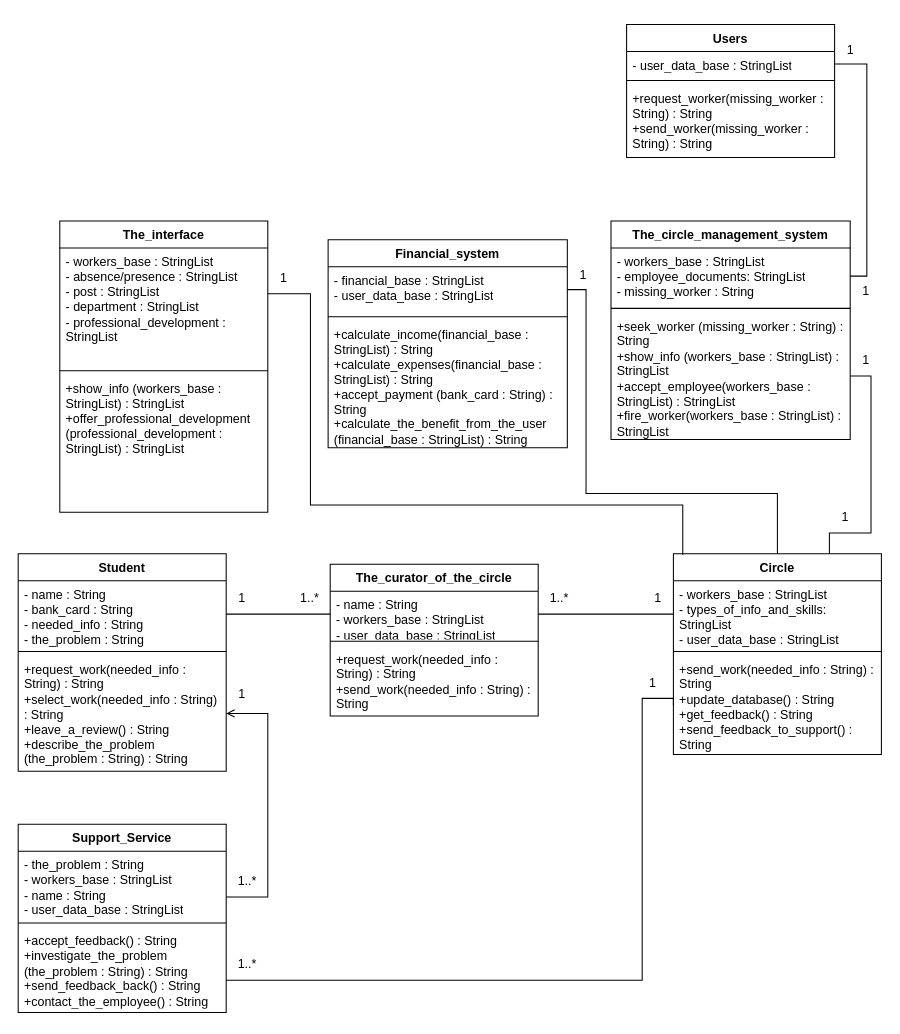
Earlier version of the draw.io diagram page "Needed 6 and 7" (7 of 12) of 1.drawio (Helpmepleaseitishard/Aikms). Source tidied: cells renumbered, new cells numbered last; positions are measured from the earlier drawing's top-left corner, leaving out a move shared by most shapes. Both pictures are drawn from the tidied source at 104%, with x=0, y=0 at pixel (18, 24).
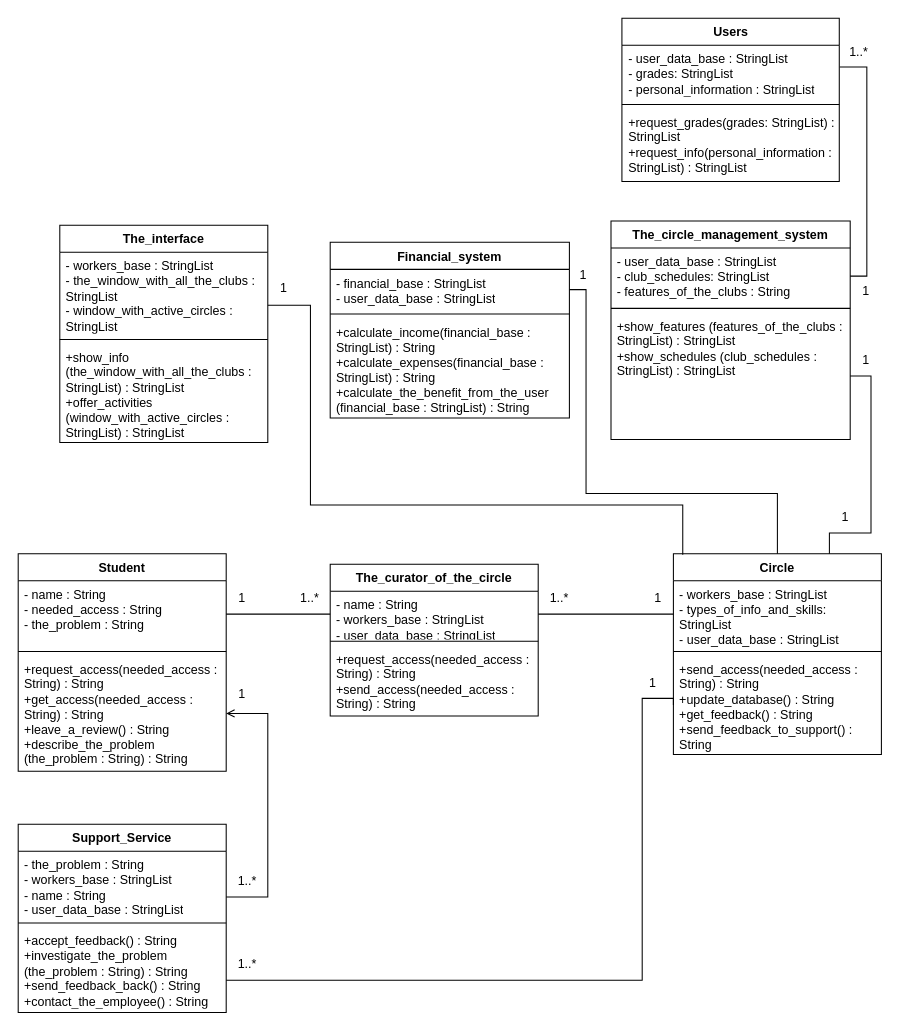
After the change.

Unchanged cells that the change refers to:
```xml
<mxCell id="2" value="Circle" style="swimlane;fontStyle=1;align=center;verticalAlign=top;horizontal=1;startSize=26;whiteSpace=wrap;html=1;" parent="1" vertex="1">
  <mxGeometry x="630" y="509" width="200" height="193" as="geometry" />
</mxCell>
<mxCell id="6" value="The_curator_of_the_circle" style="swimlane;fontStyle=1;align=center;verticalAlign=top;horizontal=1;startSize=26;whiteSpace=wrap;html=1;" parent="1" vertex="1">
  <mxGeometry x="300" y="519" width="200" height="146" as="geometry" />
</mxCell>
<mxCell id="10" value="Student" style="swimlane;fontStyle=1;align=center;verticalAlign=top;horizontal=1;startSize=26;whiteSpace=wrap;html=1;" parent="1" vertex="1">
  <mxGeometry y="509" width="200" height="209" as="geometry" />
</mxCell>
<mxCell id="30" value="The_circle_management_system" style="swimlane;fontStyle=1;align=center;verticalAlign=top;horizontal=1;startSize=26;whiteSpace=wrap;html=1;" parent="1" vertex="1">
  <mxGeometry x="570" y="189" width="230" height="210" as="geometry" />
</mxCell>
```

Diff of the diagram source:
```diff
@@
-    <mxCell id="5" value="+send_work(needed_info : String) : String&lt;br&gt;+update_database() : String&lt;br&gt;+get_feedback() : String&lt;br&gt;+send_feedback_to_support() : String" style="text;strokeColor=none;fillColor=none;align=left;verticalAlign=top;spacingLeft=4;spacingRight=4;overflow=hidden;points=[[0,0.5],[1,0.5]];portConstraint=eastwest;whiteSpace=wrap;html=1;" parent="2" vertex="1">
+    <mxCell id="5" value="+send_access(needed_access : String) : String&lt;br&gt;+update_database() : String&lt;br&gt;+get_feedback() : String&lt;br&gt;+send_feedback_to_support() : String" style="text;strokeColor=none;fillColor=none;align=left;verticalAlign=top;spacingLeft=4;spacingRight=4;overflow=hidden;points=[[0,0.5],[1,0.5]];portConstraint=eastwest;whiteSpace=wrap;html=1;" parent="2" vertex="1">
       <mxGeometry y="98" width="200" height="95" as="geometry" />
     </mxCell>
@@
-    <mxCell id="9" value="+request_work(needed_info : String) : String&lt;br&gt;+send_work(needed_info : String) : String" style="text;strokeColor=none;fillColor=none;align=left;verticalAlign=top;spacingLeft=4;spacingRight=4;overflow=hidden;whiteSpace=wrap;html=1;" parent="6" vertex="1">
+    <mxCell id="9" value="+request_access(needed_access : String) : String&lt;br&gt;+send_access(needed_access : String) : String" style="text;strokeColor=none;fillColor=none;align=left;verticalAlign=top;spacingLeft=4;spacingRight=4;overflow=hidden;whiteSpace=wrap;html=1;" parent="6" vertex="1">
       <mxGeometry y="78" width="200" height="68" as="geometry" />
     </mxCell>
@@
-    <mxCell id="11" value="&lt;div&gt;- name : String&lt;/div&gt;&lt;div&gt;&lt;div&gt;- bank_card : String&lt;/div&gt;&lt;div&gt;&lt;div&gt;- needed_info : String&lt;/div&gt;&lt;div&gt;&lt;div&gt;- the_problem : String&lt;/div&gt;&lt;/div&gt;&lt;/div&gt;&lt;/div&gt;" style="text;strokeColor=none;fillColor=none;align=left;verticalAlign=top;spacingLeft=4;spacingRight=4;overflow=hidden;points=[[0,0.5],[1,0.5]];portConstraint=eastwest;whiteSpace=wrap;html=1;" parent="10" vertex="1">
+    <mxCell id="11" value="&lt;div&gt;- name : String&lt;/div&gt;&lt;div&gt;&lt;div&gt;&lt;div&gt;- needed_access : String&lt;/div&gt;&lt;div&gt;&lt;div&gt;- the_problem : String&lt;/div&gt;&lt;/div&gt;&lt;/div&gt;&lt;/div&gt;" style="text;strokeColor=none;fillColor=none;align=left;verticalAlign=top;spacingLeft=4;spacingRight=4;overflow=hidden;points=[[0,0.5],[1,0.5]];portConstraint=eastwest;whiteSpace=wrap;html=1;" parent="10" vertex="1">
       <mxGeometry y="26" width="200" height="64" as="geometry" />
     </mxCell>
@@
-    <mxCell id="13" value="+request_work(needed_info : String) : String&lt;br&gt;+select_work(needed_info : String) : String&lt;br&gt;+leave_a_review() : String&lt;br&gt;+describe_the_problem (the_problem : String) : String" style="text;strokeColor=none;fillColor=none;align=left;verticalAlign=top;spacingLeft=4;spacingRight=4;overflow=hidden;points=[[0,0.5],[1,0.5]];portConstraint=eastwest;whiteSpace=wrap;html=1;" parent="10" vertex="1">
+    <mxCell id="13" value="+request_access(needed_access : String) : String&lt;br&gt;+get_access(needed_access : String) : String&lt;br&gt;+leave_a_review() : String&lt;br&gt;+describe_the_problem (the_problem : String) : String" style="text;strokeColor=none;fillColor=none;align=left;verticalAlign=top;spacingLeft=4;spacingRight=4;overflow=hidden;points=[[0,0.5],[1,0.5]];portConstraint=eastwest;whiteSpace=wrap;html=1;" parent="10" vertex="1">
       <mxGeometry y="98" width="200" height="111" as="geometry" />
     </mxCell>
@@
-    <mxCell id="31" value="&lt;div&gt;&lt;div&gt;&lt;div&gt;&lt;div&gt;&lt;div&gt;&lt;div&gt;&lt;div&gt;- workers_base : StringList&lt;/div&gt;&lt;/div&gt;&lt;/div&gt;&lt;/div&gt;&lt;/div&gt;&lt;/div&gt;&lt;/div&gt;&lt;div&gt;- employee_documents: StringList&lt;/div&gt;&lt;div&gt;- missing_worker : String&lt;br&gt;&lt;/div&gt;" style="text;strokeColor=none;fillColor=none;align=left;verticalAlign=top;spacingLeft=4;spacingRight=4;overflow=hidden;points=[[0,0.5],[1,0.5]];portConstraint=eastwest;whiteSpace=wrap;html=1;" parent="30" vertex="1">
+    <mxCell id="31" value="&lt;div&gt;&lt;div&gt;&lt;div&gt;&lt;div&gt;&lt;div&gt;&lt;div&gt;&lt;div&gt;&lt;div&gt;&lt;div&gt;&lt;div&gt;&lt;div&gt;&lt;div&gt;- user_data_base : StringList&lt;/div&gt;&lt;/div&gt;&lt;/div&gt;&lt;/div&gt;&lt;/div&gt;&lt;/div&gt;&lt;/div&gt;&lt;/div&gt;&lt;/div&gt;&lt;/div&gt;&lt;/div&gt;&lt;/div&gt;&lt;div&gt;- club_schedules: StringList&lt;/div&gt;&lt;div&gt;- features_of_the_clubs : String&lt;br&gt;&lt;/div&gt;" style="text;strokeColor=none;fillColor=none;align=left;verticalAlign=top;spacingLeft=4;spacingRight=4;overflow=hidden;points=[[0,0.5],[1,0.5]];portConstraint=eastwest;whiteSpace=wrap;html=1;" parent="30" vertex="1">
       <mxGeometry y="26" width="230" height="54" as="geometry" />
     </mxCell>
@@
-    <mxCell id="33" value="&lt;div&gt;+seek_worker (missing_worker : String) : String&lt;/div&gt;&lt;div&gt;+show_info (workers_base : StringList) : StringList&lt;/div&gt;&lt;div&gt;+accept_employee(workers_base : StringList) : StringList&lt;/div&gt;&lt;div&gt;+fire_worker(workers_base : StringList) : StringList&lt;/div&gt;" style="text;strokeColor=none;fillColor=none;align=left;verticalAlign=top;spacingLeft=4;spacingRight=4;overflow=hidden;points=[[0,0.5],[1,0.5]];portConstraint=eastwest;whiteSpace=wrap;html=1;" parent="30" vertex="1">
+    <mxCell id="33" value="&lt;div&gt;+show_features (features_of_the_clubs : StringList) : StringList&lt;/div&gt;&lt;div&gt;+show_schedules (club_schedules : StringList) : StringList&lt;/div&gt;" style="text;strokeColor=none;fillColor=none;align=left;verticalAlign=top;spacingLeft=4;spacingRight=4;overflow=hidden;points=[[0,0.5],[1,0.5]];portConstraint=eastwest;whiteSpace=wrap;html=1;" parent="30" vertex="1">
       <mxGeometry y="88" width="230" height="122" as="geometry" />
     </mxCell>
-    <mxCell id="34" style="edgeStyle=none;curved=0;rounded=0;jettySize=auto;html=1;exitX=1;exitY=0.5;exitDx=0;exitDy=0;fontSize=12;startSize=8;endSize=8;endArrow=none;startFill=0;entryX=1;entryY=0.5;entryDx=0;entryDy=0;" parent="1" edge="1" source="37" target="31">
+    <mxCell id="34" style="edgeStyle=none;curved=0;rounded=0;jettySize=auto;html=1;exitX=1.002;exitY=0.396;exitDx=0;exitDy=0;fontSize=12;startSize=8;endSize=8;endArrow=none;startFill=0;entryX=1;entryY=0.5;entryDx=0;entryDy=0;exitPerimeter=0;" parent="1" edge="1" source="37" target="31">
       <mxGeometry relative="1" as="geometry">
         <Array as="points">
-          <mxPoint x="816" y="38" />
+          <mxPoint x="816" y="41" />
           <mxPoint x="816" y="161" />
           <mxPoint x="816" y="242" />
         </Array>
       </mxGeometry>
     </mxCell>
-    <mxCell id="35" style="edgeStyle=none;curved=0;rounded=0;jettySize=auto;html=1;entryX=1;entryY=0.25;entryDx=0;entryDy=0;fontSize=12;startSize=8;endSize=8;endArrow=none;startFill=0;exitX=0.045;exitY=0.005;exitDx=0;exitDy=0;exitPerimeter=0;" parent="1" edge="1" source="2" target="41">
+    <mxCell id="35" style="edgeStyle=none;curved=0;rounded=0;jettySize=auto;html=1;fontSize=12;startSize=8;endSize=8;endArrow=none;startFill=0;exitX=0.045;exitY=0.005;exitDx=0;exitDy=0;exitPerimeter=0;entryX=1;entryY=0.638;entryDx=0;entryDy=0;entryPerimeter=0;" parent="1" edge="1" source="2" target="42">
       <mxGeometry relative="1" as="geometry">
         <Array as="points">
           <mxPoint x="639" y="462" />
           <mxPoint x="400" y="462" />
           <mxPoint x="281" y="462" />
-          <mxPoint x="281" y="259" />
+          <mxPoint x="281" y="270" />
         </Array>
       </mxGeometry>
     </mxCell>
     <mxCell id="36" value="Users" style="swimlane;fontStyle=1;align=center;verticalAlign=top;horizontal=1;startSize=26;whiteSpace=wrap;html=1;" parent="1" vertex="1">
-      <mxGeometry x="585" width="200" height="128" as="geometry" />
+      <mxGeometry x="580.5" y="-6" width="209" height="157" as="geometry" />
     </mxCell>
-    <mxCell id="37" value="&lt;div&gt;&lt;div&gt;&lt;div&gt;&lt;div&gt;&lt;div&gt;- user_data_base : StringList&lt;/div&gt;&lt;/div&gt;&lt;/div&gt;&lt;/div&gt;&lt;/div&gt;" style="text;strokeColor=none;fillColor=none;align=left;verticalAlign=top;spacingLeft=4;spacingRight=4;overflow=hidden;points=[[0,0.5],[1,0.5]];portConstraint=eastwest;whiteSpace=wrap;html=1;" parent="36" vertex="1">
-      <mxGeometry y="26" width="200" height="24" as="geometry" />
+    <mxCell id="37" value="&lt;div&gt;&lt;div&gt;&lt;div&gt;&lt;div&gt;&lt;div&gt;- user_data_base : StringList&lt;/div&gt;&lt;div&gt;&lt;div&gt;&lt;div&gt;&lt;div&gt;&lt;div&gt;&lt;div&gt;- grades: StringList&lt;/div&gt;&lt;div&gt;&lt;div&gt;&lt;div&gt;&lt;div&gt;&lt;div&gt;&lt;div&gt;- personal_information : StringList&lt;/div&gt;&lt;/div&gt;&lt;/div&gt;&lt;/div&gt;&lt;/div&gt;&lt;/div&gt;&lt;/div&gt;&lt;/div&gt;&lt;/div&gt;&lt;/div&gt;&lt;/div&gt;&lt;/div&gt;&lt;/div&gt;&lt;/div&gt;&lt;/div&gt;" style="text;strokeColor=none;fillColor=none;align=left;verticalAlign=top;spacingLeft=4;spacingRight=4;overflow=hidden;points=[[0,0.5],[1,0.5]];portConstraint=eastwest;whiteSpace=wrap;html=1;" parent="36" vertex="1">
+      <mxGeometry y="26" width="209" height="53" as="geometry" />
     </mxCell>
     <mxCell id="38" style="line;strokeWidth=1;fillColor=none;align=left;verticalAlign=middle;spacingTop=-1;spacingLeft=3;spacingRight=3;labelPosition=right;strokeColor=inherit;" parent="36" vertex="1">
-      <mxGeometry y="50" width="200" height="8" as="geometry" />
+      <mxGeometry y="79" width="209" height="8" as="geometry" />
     </mxCell>
-    <mxCell id="39" value="+request_worker(missing_worker : String) : String&lt;br&gt;+send_worker(missing_worker : String) : String" style="text;strokeColor=none;fillColor=none;align=left;verticalAlign=top;spacingLeft=4;spacingRight=4;overflow=hidden;whiteSpace=wrap;html=1;" parent="36" vertex="1">
-      <mxGeometry y="58" width="200" height="70" as="geometry" />
+    <mxCell id="39" value="&lt;div&gt;+request_grades(grades: StringList) : StringList&lt;br&gt;&lt;/div&gt;&lt;div&gt;+request_info(personal_information : StringList) : StringList&lt;/div&gt;" style="text;strokeColor=none;fillColor=none;align=left;verticalAlign=top;spacingLeft=4;spacingRight=4;overflow=hidden;whiteSpace=wrap;html=1;" parent="36" vertex="1">
+      <mxGeometry y="87" width="209" height="70" as="geometry" />
     </mxCell>
@@
     <mxCell id="41" value="The_interface" style="swimlane;fontStyle=1;align=center;verticalAlign=top;horizontal=1;startSize=26;whiteSpace=wrap;html=1;" parent="1" vertex="1">
-      <mxGeometry x="40" y="189" width="200" height="280" as="geometry" />
+      <mxGeometry x="40" y="193" width="200" height="209" as="geometry" />
     </mxCell>
-    <mxCell id="42" value="&lt;div&gt;&lt;div&gt;- workers_base : StringList&lt;/div&gt;&lt;/div&gt;&lt;div&gt;&lt;div&gt;&lt;div&gt;&lt;div&gt;&lt;div&gt;- absence/presence : StringList&lt;/div&gt;&lt;div&gt;- post  : StringList&lt;/div&gt;&lt;div&gt;- department : StringList&lt;/div&gt;&lt;div&gt;- professional_development : StringList&lt;/div&gt;&lt;/div&gt;&lt;/div&gt;&lt;/div&gt;&lt;/div&gt;" style="text;strokeColor=none;fillColor=none;align=left;verticalAlign=top;spacingLeft=4;spacingRight=4;overflow=hidden;points=[[0,0.5],[1,0.5]];portConstraint=eastwest;whiteSpace=wrap;html=1;" parent="41" vertex="1">
-      <mxGeometry y="26" width="200" height="114" as="geometry" />
+    <mxCell id="42" value="&lt;div&gt;&lt;div&gt;- workers_base : StringList&lt;/div&gt;&lt;/div&gt;&lt;div&gt;&lt;div&gt;&lt;div&gt;&lt;div&gt;&lt;div&gt;- the_window_with_all_the_clubs : StringList&lt;/div&gt;&lt;div&gt;- window_with_active_circles : StringList&lt;/div&gt;&lt;/div&gt;&lt;/div&gt;&lt;/div&gt;&lt;/div&gt;" style="text;strokeColor=none;fillColor=none;align=left;verticalAlign=top;spacingLeft=4;spacingRight=4;overflow=hidden;points=[[0,0.5],[1,0.5]];portConstraint=eastwest;whiteSpace=wrap;html=1;" parent="41" vertex="1">
+      <mxGeometry y="26" width="200" height="80" as="geometry" />
     </mxCell>
     <mxCell id="43" style="line;strokeWidth=1;fillColor=none;align=left;verticalAlign=middle;spacingTop=-1;spacingLeft=3;spacingRight=3;labelPosition=right;strokeColor=inherit;" parent="41" vertex="1">
-      <mxGeometry y="140" width="200" height="8" as="geometry" />
+      <mxGeometry y="106" width="200" height="8" as="geometry" />
     </mxCell>
-    <mxCell id="44" value="&lt;div&gt;+show_info (workers_base : StringList) : StringList&lt;/div&gt;&lt;div&gt;+offer_professional_development (professional_development : StringList) : StringList&lt;/div&gt;" style="text;strokeColor=none;fillColor=none;align=left;verticalAlign=top;spacingLeft=4;spacingRight=4;overflow=hidden;whiteSpace=wrap;html=1;" parent="41" vertex="1">
-      <mxGeometry y="148" width="200" height="132" as="geometry" />
+    <mxCell id="44" value="&lt;div&gt;+show_info (the_window_with_all_the_clubs : StringList) : StringList&lt;/div&gt;&lt;div&gt;+offer_activities (window_with_active_circles : StringList) : StringList&lt;/div&gt;" style="text;strokeColor=none;fillColor=none;align=left;verticalAlign=top;spacingLeft=4;spacingRight=4;overflow=hidden;whiteSpace=wrap;html=1;" parent="41" vertex="1">
+      <mxGeometry y="114" width="200" height="95" as="geometry" />
     </mxCell>
@@
     <mxCell id="47" value="1" style="text;html=1;align=center;verticalAlign=middle;strokeColor=none;fillColor=none;" parent="1" vertex="1">
-      <mxGeometry x="240" y="229" width="30" height="30" as="geometry" />
+      <mxGeometry x="240" y="239" width="30" height="30" as="geometry" />
     </mxCell>
@@
-    <mxCell id="49" value="1" style="text;html=1;align=center;verticalAlign=middle;strokeColor=none;fillColor=none;" parent="1" vertex="1">
-      <mxGeometry x="785" y="10" width="30" height="30" as="geometry" />
+    <mxCell id="49" value="1..*" style="text;html=1;align=center;verticalAlign=middle;strokeColor=none;fillColor=none;" parent="1" vertex="1">
+      <mxGeometry x="789.5" y="14" width="36" height="26" as="geometry" />
     </mxCell>
     <mxCell id="50" value="Financial_system" style="swimlane;fontStyle=1;align=center;verticalAlign=top;horizontal=1;startSize=26;whiteSpace=wrap;html=1;" parent="1" vertex="1">
-      <mxGeometry x="298" y="207" width="230" height="200" as="geometry" />
+      <mxGeometry x="300" y="209.5" width="230" height="169" as="geometry" />
     </mxCell>
     <mxCell id="51" value="&lt;div&gt;- financial_base : StringList&lt;/div&gt;&lt;div&gt;&lt;div&gt;&lt;div&gt;&lt;div&gt;&lt;div&gt;- user_data_base : StringList&lt;/div&gt;&lt;/div&gt;&lt;/div&gt;&lt;/div&gt;&lt;/div&gt;" style="text;strokeColor=none;fillColor=none;align=left;verticalAlign=top;spacingLeft=4;spacingRight=4;overflow=hidden;points=[[0,0.5],[1,0.5]];portConstraint=eastwest;whiteSpace=wrap;html=1;" parent="50" vertex="1">
-      <mxGeometry y="26" width="230" height="44" as="geometry" />
+      <mxGeometry y="26" width="230" height="39" as="geometry" />
     </mxCell>
     <mxCell id="52" style="line;strokeWidth=1;fillColor=none;align=left;verticalAlign=middle;spacingTop=-1;spacingLeft=3;spacingRight=3;labelPosition=right;strokeColor=inherit;" parent="50" vertex="1">
-      <mxGeometry y="70" width="230" height="8" as="geometry" />
+      <mxGeometry y="65" width="230" height="8" as="geometry" />
     </mxCell>
-    <mxCell id="53" value="&lt;div&gt;+calculate_income(financial_base : StringList) : String&lt;/div&gt;&lt;div&gt;+calculate_expenses(financial_base : StringList) : String&lt;/div&gt;&lt;div&gt;+accept_payment (bank_card : String) : String&lt;/div&gt;&lt;div&gt;+calculate_the_benefit_from_the_user (financial_base : StringList) : String&lt;/div&gt;" style="text;strokeColor=none;fillColor=none;align=left;verticalAlign=top;spacingLeft=4;spacingRight=4;overflow=hidden;whiteSpace=wrap;html=1;" parent="50" vertex="1">
-      <mxGeometry y="78" width="230" height="122" as="geometry" />
+    <mxCell id="53" value="&lt;div&gt;+calculate_income(financial_base : StringList) : String&lt;/div&gt;&lt;div&gt;+calculate_expenses(financial_base : StringList) : String&lt;/div&gt;&lt;div&gt;+calculate_the_benefit_from_the_user (financial_base : StringList) : String&lt;/div&gt;" style="text;strokeColor=none;fillColor=none;align=left;verticalAlign=top;spacingLeft=4;spacingRight=4;overflow=hidden;whiteSpace=wrap;html=1;" parent="50" vertex="1">
+      <mxGeometry y="73" width="230" height="96" as="geometry" />
     </mxCell>
```
